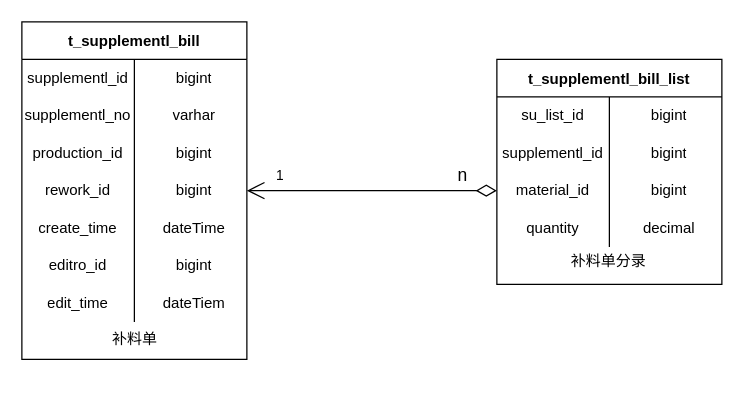
KNAI-I/test keeps this draw.io diagram as 补料单管理.drawio. Above is the earlier version. Source tidied: cells renumbered, new cells numbered last; positions are measured from the earlier drawing's top-left corner, leaving out a move shared by most shapes. Both pictures are drawn from the tidied source at 125%, with x=0, y=0 at pixel (21, 21).
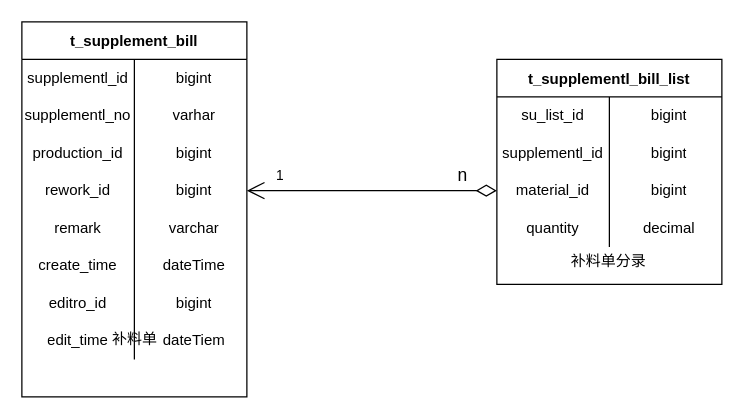
The same page after the edit.

Commit message (it also covers changes not shown here):
更新补料单管理.drawio

Diff of the diagram source:
```diff
@@
-    <mxCell id="2" value="t_supplementl_bill" style="shape=table;startSize=30;childLayout=tableLayout;rowLines=0;fontStyle=1;" parent="1" vertex="1">
-      <mxGeometry width="180" height="270" as="geometry" />
+    <mxCell id="2" value="t_supplement_bill" style="shape=table;startSize=30;childLayout=tableLayout;rowLines=0;fontStyle=1;" parent="1" vertex="1">
+      <mxGeometry width="180" height="300" as="geometry" />
     </mxCell>
@@
+    <mxCell id="42" style="shape=tableRow;horizontal=0;startSize=0;swimlaneHead=0;swimlaneBody=0;top=0;left=0;bottom=0;right=0;fillColor=none;" parent="2" vertex="1">
+      <mxGeometry y="150" width="180" height="30" as="geometry" />
+    </mxCell>
+    <mxCell id="43" value="remark" style="shape=partialRectangle;html=1;whiteSpace=wrap;fillColor=none;top=0;left=0;bottom=0;right=0;overflow=hidden;" parent="42" vertex="1">
+      <mxGeometry width="90" height="30" as="geometry" />
+    </mxCell>
+    <mxCell id="44" value="varchar" style="shape=partialRectangle;html=1;whiteSpace=wrap;fillColor=none;top=0;left=0;bottom=0;right=0;align=center;spacingLeft=6;overflow=hidden;" parent="42" vertex="1">
+      <mxGeometry x="90" width="90" height="30" as="geometry" />
+    </mxCell>
     <mxCell id="15" style="shape=tableRow;horizontal=0;startSize=0;swimlaneHead=0;swimlaneBody=0;top=0;left=0;bottom=0;right=0;fillColor=none;" parent="2" vertex="1">
-      <mxGeometry y="150" width="180" height="30" as="geometry" />
+      <mxGeometry y="180" width="180" height="30" as="geometry" />
     </mxCell>
@@
     <mxCell id="18" style="shape=tableRow;horizontal=0;startSize=0;swimlaneHead=0;swimlaneBody=0;top=0;left=0;bottom=0;right=0;fillColor=none;" parent="2" vertex="1">
-      <mxGeometry y="180" width="180" height="30" as="geometry" />
+      <mxGeometry y="210" width="180" height="30" as="geometry" />
     </mxCell>
@@
     <mxCell id="21" style="shape=tableRow;horizontal=0;startSize=0;swimlaneHead=0;swimlaneBody=0;top=0;left=0;bottom=0;right=0;fillColor=none;" parent="2" vertex="1">
-      <mxGeometry y="210" width="180" height="30" as="geometry" />
+      <mxGeometry y="240" width="180" height="30" as="geometry" />
     </mxCell>
```
